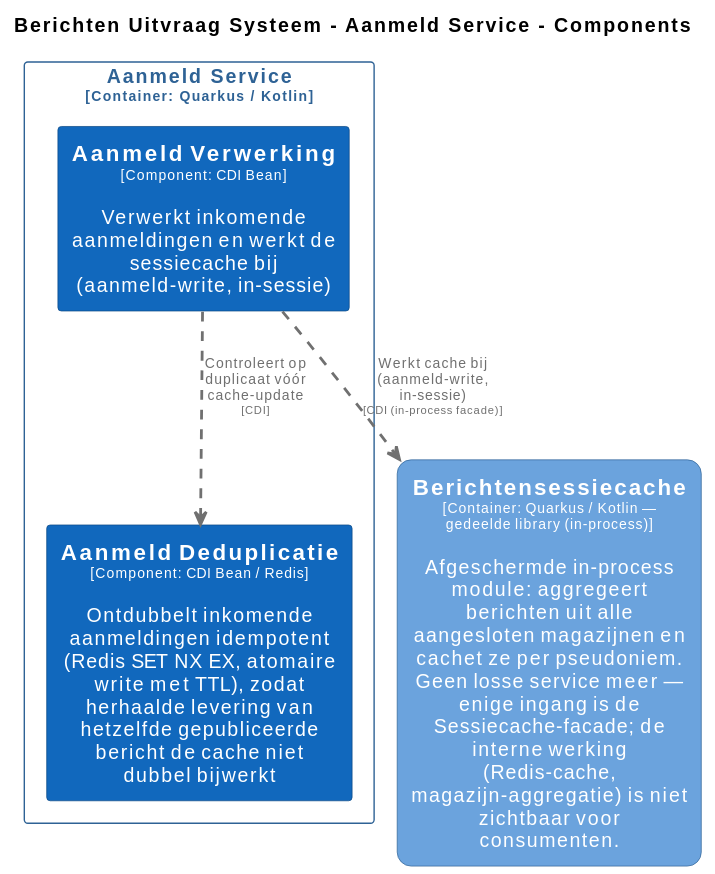
Before: master/svg/AanmeldServiceComponenten.svg, a diagram exported from PlantUML (MinBZK/moza-poc-fbs-berichtenbox). Its source is kept beside it as master/puml/AanmeldServiceComponenten.puml.
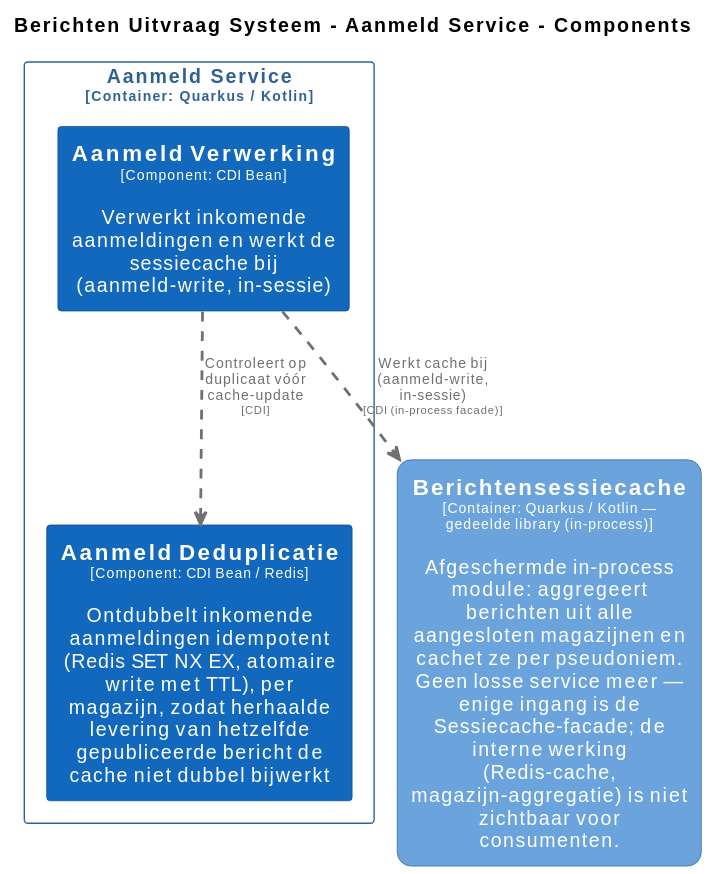
The same diagram one commit later.

Change to the diagram source:
```diff
@@ -44,7 +44,7 @@
 
 rectangle "Aanmeld Service\n<size:10>[Container: Quarkus / Kotlin]</size>" <<BerichtenUitvraagSysteem.AanmeldService>> {
   rectangle "==Aanmeld Verwerking\n<size:10>[Component: CDI Bean]</size>\n\nVerwerkt inkomende aanmeldingen en werkt de sessiecache bij (aanmeld-write, in-sessie)" <<BerichtenUitvraagSysteem.AanmeldService.AanmeldVerwerking>> as BerichtenUitvraagSysteem.AanmeldService.AanmeldVerwerking
-  rectangle "==Aanmeld Deduplicatie\n<size:10>[Component: CDI Bean / Redis]</size>\n\nOntdubbelt inkomende aanmeldingen idempotent (Redis SET NX EX, atomaire write met TTL), zodat herhaalde levering van hetzelfde gepubliceerde bericht de cache niet dubbel bijwerkt" <<BerichtenUitvraagSysteem.AanmeldService.AanmeldDeduplicatie>> as BerichtenUitvraagSysteem.AanmeldService.AanmeldDeduplicatie
+  rectangle "==Aanmeld Deduplicatie\n<size:10>[Component: CDI Bean / Redis]</size>\n\nOntdubbelt inkomende aanmeldingen idempotent (Redis SET NX EX, atomaire write met TTL), per magazijn, zodat herhaalde levering van hetzelfde gepubliceerde bericht de cache niet dubbel bijwerkt" <<BerichtenUitvraagSysteem.AanmeldService.AanmeldDeduplicatie>> as BerichtenUitvraagSysteem.AanmeldService.AanmeldDeduplicatie
 }
 
 BerichtenUitvraagSysteem.AanmeldService.AanmeldVerwerking .[#707070,thickness=2].> BerichtenUitvraagSysteem.AanmeldService.AanmeldDeduplicatie : "<color:#707070>Controleert op duplicaat vóór cache-update\n<color:#707070><size:8>[CDI]</size>"
```
